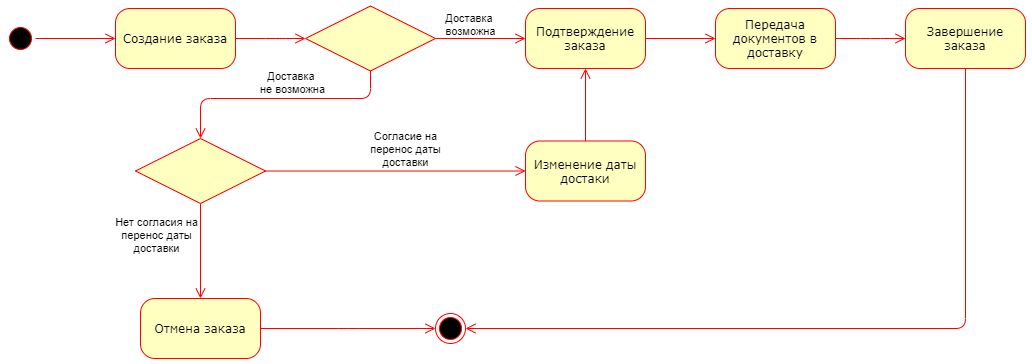
Above: Документация/diagrams/state.png in pieceee/water-order (draw.io), before the change. Source tidied: cells renumbered, new cells last; positions are measured from the earlier drawing's top-left corner, leaving out a move shared by most shapes.
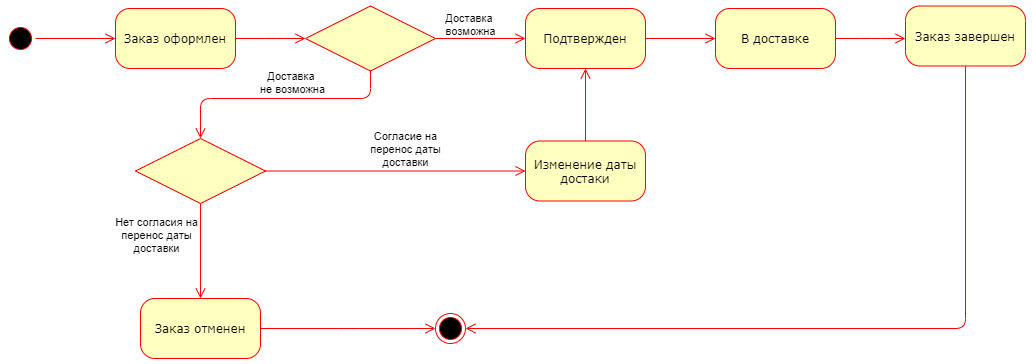
After the commit.

Commit message:
activity, state fix

What changed in the source:
```diff
@@ -5,7 +5,7 @@
     <mxCell id="2" style="ellipse;html=1;shape=startState;fillColor=#000000;strokeColor=#ff0000;rounded=1;shadow=0;comic=0;labelBackgroundColor=none;fontFamily=Verdana;fontSize=12;fontColor=#000000;align=center;direction=south;" parent="1" vertex="1">
       <mxGeometry y="17" width="30" height="30" as="geometry" />
     </mxCell>
-    <mxCell id="3" value="Создание заказа" style="rounded=1;whiteSpace=wrap;html=1;arcSize=24;fillColor=#ffffc0;strokeColor=#ff0000;shadow=0;comic=0;labelBackgroundColor=none;fontFamily=Verdana;fontSize=12;fontColor=#000000;align=center;" parent="1" vertex="1">
+    <mxCell id="3" value="Заказ оформлен" style="rounded=1;whiteSpace=wrap;html=1;arcSize=24;fillColor=#ffffc0;strokeColor=#ff0000;shadow=0;comic=0;labelBackgroundColor=none;fontFamily=Verdana;fontSize=12;fontColor=#000000;align=center;" parent="1" vertex="1">
       <mxGeometry x="110" y="2" width="120" height="60" as="geometry" />
     </mxCell>
     <mxCell id="4" style="edgeStyle=orthogonalEdgeStyle;html=1;exitX=1;exitY=0.5;entryX=0;entryY=0.5;labelBackgroundColor=none;endArrow=open;endSize=8;strokeColor=#ff0000;fontFamily=Verdana;fontSize=12;align=left;exitDx=0;exitDy=0;entryDx=0;entryDy=0;" parent="1" edge="1" source="17" target="7">
@@ -16,10 +16,12 @@
         <mxPoint x="-23.5" y="-17" as="offset" />
       </mxGeometry>
     </mxCell>
-    <mxCell id="6" style="edgeStyle=elbowEdgeStyle;html=1;labelBackgroundColor=none;endArrow=open;endSize=8;strokeColor=#ff0000;fontFamily=Verdana;fontSize=12;align=left;exitX=1;exitY=0.5;exitDx=0;exitDy=0;entryX=0;entryY=0.5;entryDx=0;entryDy=0;" parent="1" edge="1" source="20" target="23">
-      <mxGeometry relative="1" as="geometry" />
+    <mxCell id="6" style="edgeStyle=elbowEdgeStyle;html=1;labelBackgroundColor=none;endArrow=open;endSize=8;strokeColor=#ff0000;fontFamily=Verdana;fontSize=12;align=left;exitX=1;exitY=0.5;exitDx=0;exitDy=0;" parent="1" edge="1" source="20">
+      <mxGeometry relative="1" as="geometry">
+        <mxPoint x="900" y="32" as="targetPoint" />
+      </mxGeometry>
     </mxCell>
-    <mxCell id="7" value="Подтверждение заказа" style="rounded=1;whiteSpace=wrap;html=1;arcSize=24;fillColor=#ffffc0;strokeColor=#ff0000;shadow=0;comic=0;labelBackgroundColor=none;fontFamily=Verdana;fontSize=12;fontColor=#000000;align=center;" parent="1" vertex="1">
+    <mxCell id="7" value="Подтвержден" style="rounded=1;whiteSpace=wrap;html=1;arcSize=24;fillColor=#ffffc0;strokeColor=#ff0000;shadow=0;comic=0;labelBackgroundColor=none;fontFamily=Verdana;fontSize=12;fontColor=#000000;align=center;" parent="1" vertex="1">
       <mxGeometry x="520" y="2" width="120" height="60" as="geometry" />
     </mxCell>
     <mxCell id="8" value="Изменение даты достаки" style="rounded=1;whiteSpace=wrap;html=1;arcSize=24;fillColor=#ffffc0;strokeColor=#ff0000;shadow=0;comic=0;labelBackgroundColor=none;fontFamily=Verdana;fontSize=12;fontColor=#000000;align=center;" parent="1" vertex="1">
@@ -80,17 +82,17 @@
         <mxPoint x="-23.5" y="-17" as="offset" />
       </mxGeometry>
     </mxCell>
-    <mxCell id="20" value="Передача документов в доставку" style="rounded=1;whiteSpace=wrap;html=1;arcSize=24;fillColor=#ffffc0;strokeColor=#ff0000;shadow=0;comic=0;labelBackgroundColor=none;fontFamily=Verdana;fontSize=12;fontColor=#000000;align=center;" parent="1" vertex="1">
+    <mxCell id="20" value="В доставке" style="rounded=1;whiteSpace=wrap;html=1;arcSize=24;fillColor=#ffffc0;strokeColor=#ff0000;shadow=0;comic=0;labelBackgroundColor=none;fontFamily=Verdana;fontSize=12;fontColor=#000000;align=center;" parent="1" vertex="1">
       <mxGeometry x="710" y="2" width="120" height="60" as="geometry" />
     </mxCell>
     <mxCell id="21" style="edgeStyle=orthogonalEdgeStyle;html=1;exitX=1;exitY=0.5;labelBackgroundColor=none;endArrow=open;endSize=8;strokeColor=#ff0000;fontFamily=Verdana;fontSize=12;align=left;exitDx=0;exitDy=0;entryX=0;entryY=0.5;entryDx=0;entryDy=0;" parent="1" edge="1" source="7" target="20">
       <mxGeometry relative="1" as="geometry" />
     </mxCell>
-    <mxCell id="22" value="Отмена заказа" style="rounded=1;whiteSpace=wrap;html=1;arcSize=24;fillColor=#ffffc0;strokeColor=#ff0000;shadow=0;comic=0;labelBackgroundColor=none;fontFamily=Verdana;fontSize=12;fontColor=#000000;align=center;" parent="1" vertex="1">
+    <mxCell id="22" value="Заказ отменен" style="rounded=1;whiteSpace=wrap;html=1;arcSize=24;fillColor=#ffffc0;strokeColor=#ff0000;shadow=0;comic=0;labelBackgroundColor=none;fontFamily=Verdana;fontSize=12;fontColor=#000000;align=center;" parent="1" vertex="1">
       <mxGeometry x="135" y="292" width="120" height="60" as="geometry" />
     </mxCell>
-    <mxCell id="23" value="Завершение заказа" style="rounded=1;whiteSpace=wrap;html=1;arcSize=24;fillColor=#ffffc0;strokeColor=#ff0000;shadow=0;comic=0;labelBackgroundColor=none;fontFamily=Verdana;fontSize=12;fontColor=#000000;align=center;" parent="1" vertex="1">
-      <mxGeometry x="900" y="2" width="120" height="60" as="geometry" />
+    <mxCell id="23" value="Заказ завершен" style="rounded=1;whiteSpace=wrap;html=1;arcSize=24;fillColor=#ffffc0;strokeColor=#ff0000;shadow=0;comic=0;labelBackgroundColor=none;fontFamily=Verdana;fontSize=12;fontColor=#000000;align=center;" parent="1" vertex="1">
+      <mxGeometry x="900" y="-0.5" width="120" height="60" as="geometry" />
     </mxCell>
     <mxCell id="24" style="ellipse;html=1;shape=endState;fillColor=#000000;strokeColor=#ff0000;" parent="1" vertex="1">
       <mxGeometry x="430" y="307" width="30" height="30" as="geometry" />
@@ -98,7 +100,7 @@
     <mxCell id="25" style="edgeStyle=elbowEdgeStyle;html=1;labelBackgroundColor=none;endArrow=open;endSize=8;strokeColor=#ff0000;fontFamily=Verdana;fontSize=12;align=left;exitX=0.5;exitY=1;exitDx=0;exitDy=0;entryX=1;entryY=0.5;entryDx=0;entryDy=0;" parent="1" edge="1" source="23" target="24">
       <mxGeometry relative="1" as="geometry">
         <Array as="points">
-          <mxPoint x="960" y="182" />
+          <mxPoint x="960" y="172" />
         </Array>
       </mxGeometry>
     </mxCell>
```
